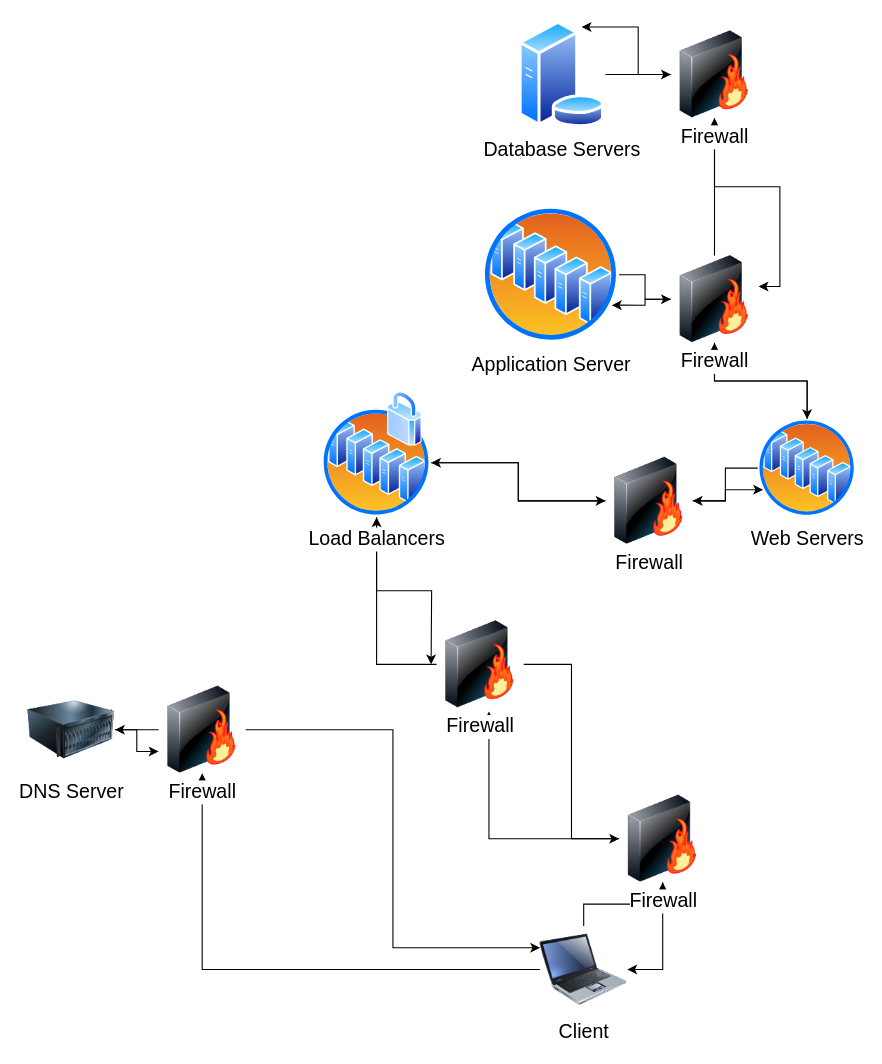
Earlier version of the draw.io diagram 0x11-what_happens_when_your_type_google_com_in_your_browser_and_press_enter/Untitled Diagram.drawio (getdaniel/alx-system_engineering-devops). Source tidied: cells renumbered, new cells numbered last; positions are measured from the earlier drawing's top-left corner, leaving out a move shared by most shapes. Both pictures are drawn from the tidied source at 109%, with x=0, y=0 at pixel (27, 21).
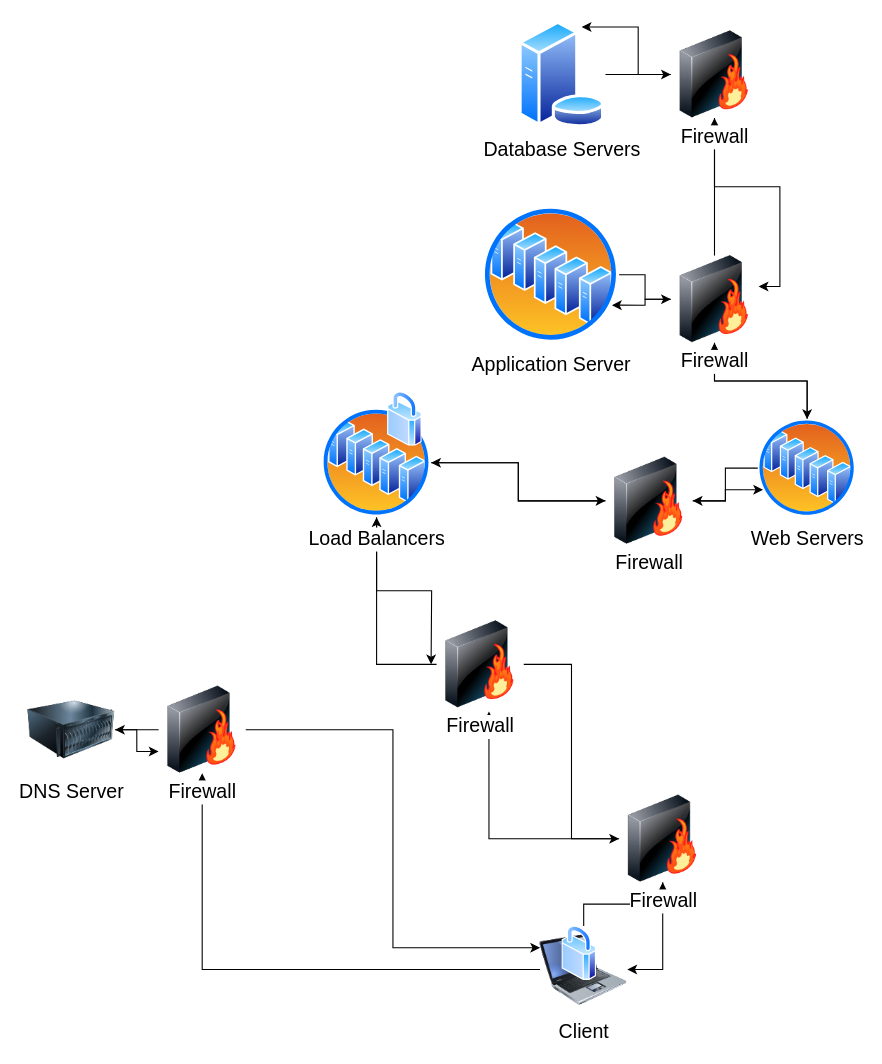
The same page after the edit.

What changed in the source:
```diff
@@
+    <mxCell id="37" style="perimeter=ellipsePerimeter;html=1;align=center;shadow=0;dashed=0;spacingTop=3;image;image=img/lib/active_directory/secure.svg;fontSize=18;" parent="1" vertex="1">
+      <mxGeometry x="490" y="830" width="32" height="50" as="geometry" />
+    </mxCell>
```
